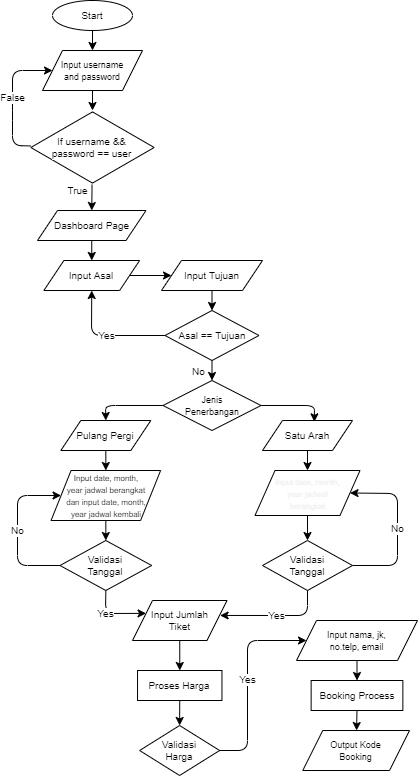
Before: flowchart.drawio.png, a diagram exported from draw.io (tafanianatalia/tafania-flight-booking-app). Source tidied: cells renumbered, new cells last; positions are measured from the earlier drawing's top-left corner, leaving out a move shared by most shapes.
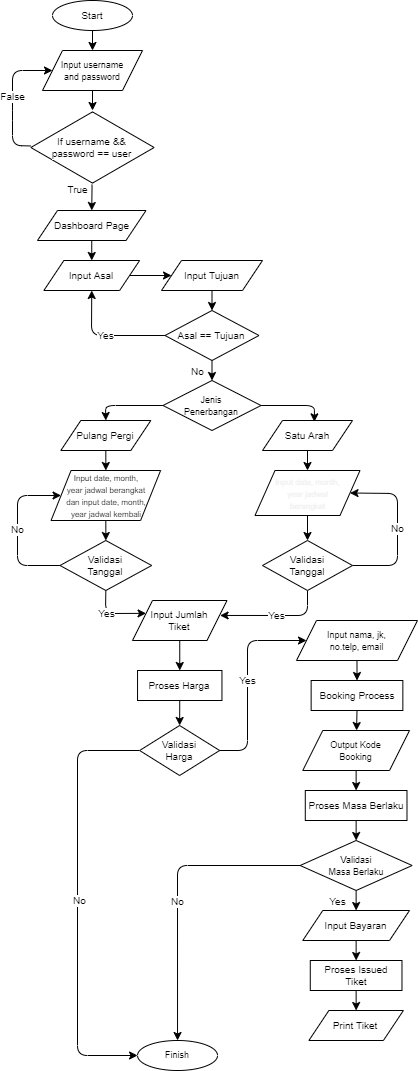
After the change.

Commit message:
feet : add else condition that returns an invalid ticket, print ticket if valid

What changed in the source:
```diff
@@ -157,6 +157,19 @@
         </Array>
       </mxGeometry>
     </mxCell>
+    <mxCell id="46" style="edgeStyle=none;html=1;entryX=0;entryY=0.5;entryDx=0;entryDy=0;fontSize=9;exitX=0;exitY=0.5;exitDx=0;exitDy=0;labelBackgroundColor=default;strokeColor=#000000;" parent="1" edge="1" source="40" target="59">
+      <mxGeometry relative="1" as="geometry">
+        <Array as="points">
+          <mxPoint x="65" y="750" />
+          <mxPoint x="65" y="1055" />
+        </Array>
+      </mxGeometry>
+    </mxCell>
+    <mxCell id="47" value="No" style="edgeLabel;html=1;align=center;verticalAlign=middle;fontSize=10;labelBackgroundColor=#FFFFFF;fontColor=#000000;" parent="46" vertex="1">
+      <mxGeometry x="-0.11" y="1" relative="1" as="geometry">
+        <mxPoint y="22" as="offset" />
+      </mxGeometry>
+    </mxCell>
     <mxCell id="40" value="Validasi&lt;br&gt;Harga" style="rhombus;whiteSpace=wrap;html=1;fontSize=10;labelBackgroundColor=default;" parent="1" vertex="1">
       <mxGeometry x="127.1" y="725" width="80" height="50" as="geometry" />
     </mxCell>
@@ -172,8 +185,48 @@
     <mxCell id="44" value="Booking Process" style="rounded=0;whiteSpace=wrap;html=1;fontSize=10;labelBackgroundColor=default;" parent="1" vertex="1">
       <mxGeometry x="298.6" y="680" width="91.7" height="30" as="geometry" />
     </mxCell>
+    <mxCell id="48" style="edgeStyle=none;html=1;exitX=0.5;exitY=1;exitDx=0;exitDy=0;entryX=0.5;entryY=0;entryDx=0;entryDy=0;fontSize=9;labelBackgroundColor=default;strokeColor=#000000;" parent="1" edge="1" source="45" target="50">
+      <mxGeometry relative="1" as="geometry" />
+    </mxCell>
     <mxCell id="45" value="&lt;font style=&quot;font-size: 9px&quot;&gt;Output Kode&lt;br&gt;Booking&lt;/font&gt;" style="shape=parallelogram;perimeter=parallelogramPerimeter;whiteSpace=wrap;html=1;fixedSize=1;fontSize=10;labelBackgroundColor=default;" parent="1" vertex="1">
       <mxGeometry x="290.3" y="730" width="106.7" height="40" as="geometry" />
     </mxCell>
+    <mxCell id="49" style="edgeStyle=none;html=1;exitX=0.5;exitY=1;exitDx=0;exitDy=0;entryX=0.5;entryY=0;entryDx=0;entryDy=0;fontSize=9;labelBackgroundColor=default;strokeColor=#000000;" parent="1" edge="1" source="50" target="53">
+      <mxGeometry relative="1" as="geometry" />
+    </mxCell>
+    <mxCell id="50" value="Proses Masa Berlaku" style="rounded=0;whiteSpace=wrap;html=1;fontSize=10;labelBackgroundColor=default;" parent="1" vertex="1">
+      <mxGeometry x="292.8" y="790" width="101.7" height="30" as="geometry" />
+    </mxCell>
+    <mxCell id="51" value="Yes" style="edgeStyle=none;html=1;exitX=0.5;exitY=1;exitDx=0;exitDy=0;entryX=0.5;entryY=0;entryDx=0;entryDy=0;fontSize=10;labelBackgroundColor=#FFFFFF;strokeColor=#000000;fontColor=#000000;" parent="1" edge="1" source="53" target="55">
+      <mxGeometry y="-19" relative="1" as="geometry" />
+    </mxCell>
+    <mxCell id="52" value="No" style="edgeStyle=none;html=1;entryX=0.5;entryY=0;entryDx=0;entryDy=0;fontSize=10;exitX=0;exitY=0.5;exitDx=0;exitDy=0;labelBackgroundColor=#FFFFFF;strokeColor=#000000;fontColor=#000000;" parent="1" edge="1" source="53" target="59">
+      <mxGeometry x="0.06" relative="1" as="geometry">
+        <Array as="points">
+          <mxPoint x="165" y="865" />
+        </Array>
+      </mxGeometry>
+    </mxCell>
+    <mxCell id="53" value="&lt;font style=&quot;font-size: 9px&quot;&gt;Validasi&lt;br&gt;Masa Berlaku&lt;/font&gt;" style="rhombus;whiteSpace=wrap;html=1;fontSize=10;labelBackgroundColor=none;" parent="1" vertex="1">
+      <mxGeometry x="287.6" y="840" width="112" height="50" as="geometry" />
+    </mxCell>
+    <mxCell id="54" style="edgeStyle=none;html=1;exitX=0.5;exitY=1;exitDx=0;exitDy=0;fontSize=9;labelBackgroundColor=default;strokeColor=#000000;" parent="1" edge="1" source="55" target="57">
+      <mxGeometry relative="1" as="geometry" />
+    </mxCell>
+    <mxCell id="55" value="Input Bayaran" style="shape=parallelogram;perimeter=parallelogramPerimeter;whiteSpace=wrap;html=1;fixedSize=1;fontSize=10;labelBackgroundColor=default;" parent="1" vertex="1">
+      <mxGeometry x="290.3" y="910" width="106.7" height="30" as="geometry" />
+    </mxCell>
+    <mxCell id="56" style="edgeStyle=none;html=1;exitX=0.5;exitY=1;exitDx=0;exitDy=0;entryX=0.5;entryY=0;entryDx=0;entryDy=0;fontSize=9;labelBackgroundColor=default;strokeColor=#000000;" parent="1" edge="1" source="57" target="58">
+      <mxGeometry relative="1" as="geometry" />
+    </mxCell>
+    <mxCell id="57" value="Proses Issued&lt;br&gt;Tiket" style="rounded=0;whiteSpace=wrap;html=1;fontSize=10;labelBackgroundColor=default;" parent="1" vertex="1">
+      <mxGeometry x="297.8" y="960" width="91.7" height="30" as="geometry" />
+    </mxCell>
+    <mxCell id="58" value="Print Tiket" style="shape=parallelogram;perimeter=parallelogramPerimeter;whiteSpace=wrap;html=1;fixedSize=1;fontSize=10;labelBackgroundColor=default;" parent="1" vertex="1">
+      <mxGeometry x="296.4" y="1010" width="94.5" height="30" as="geometry" />
+    </mxCell>
+    <mxCell id="59" value="Finish" style="ellipse;whiteSpace=wrap;html=1;fontSize=9;labelBackgroundColor=default;" parent="1" vertex="1">
+      <mxGeometry x="125" y="1040" width="80" height="30" as="geometry" />
+    </mxCell>
   </root>
 </mxGraphModel>
```
